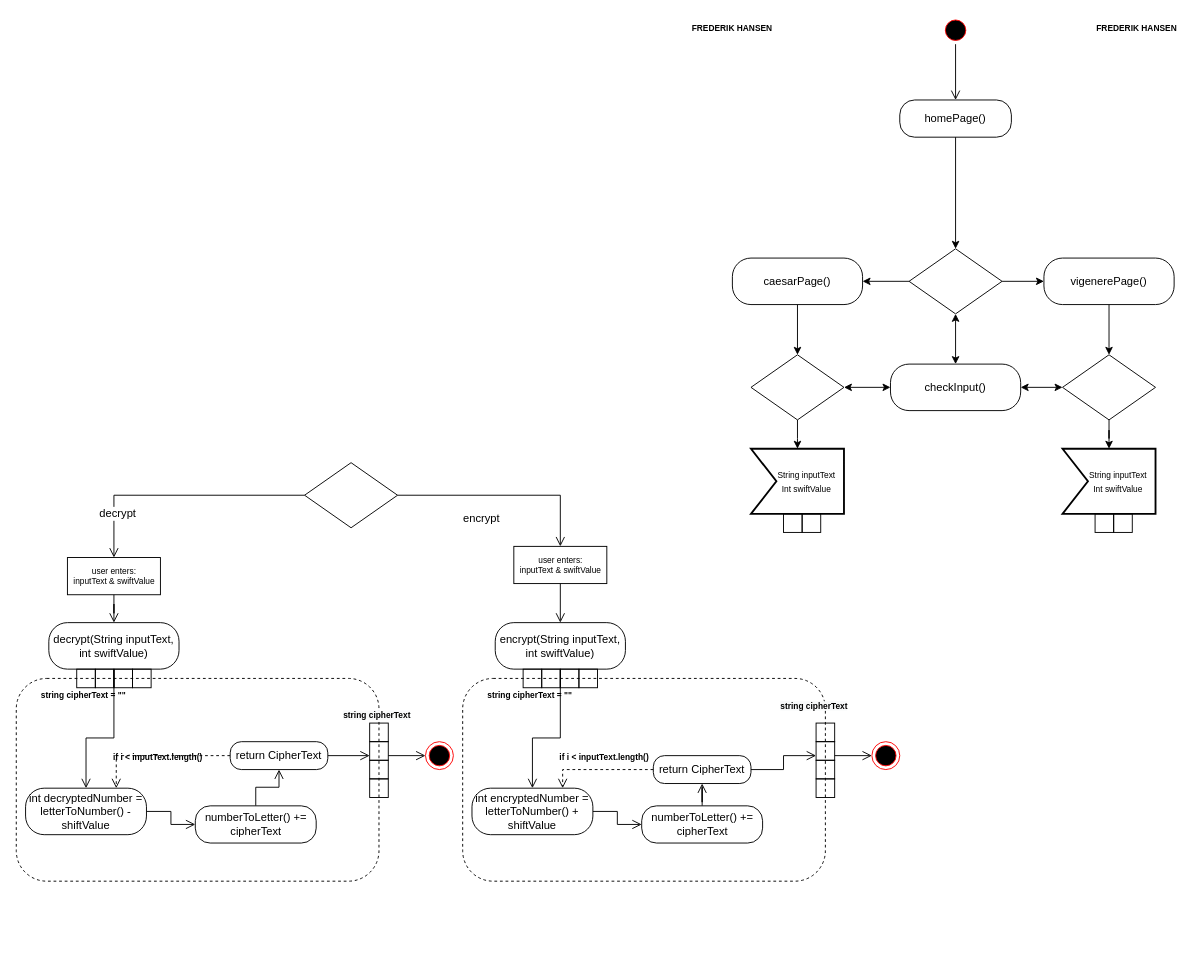
FHallengreen/EnigmaProject keeps this draw.io diagram as Untitled Diagram.drawio. Above is the earlier version. Source tidied: cells renumbered, new cells numbered last; positions are measured from the earlier drawing's top-left corner, leaving out a move shared by most shapes. Both pictures are drawn from the tidied source at 93%, with x=0, y=0 at pixel (16, 16).
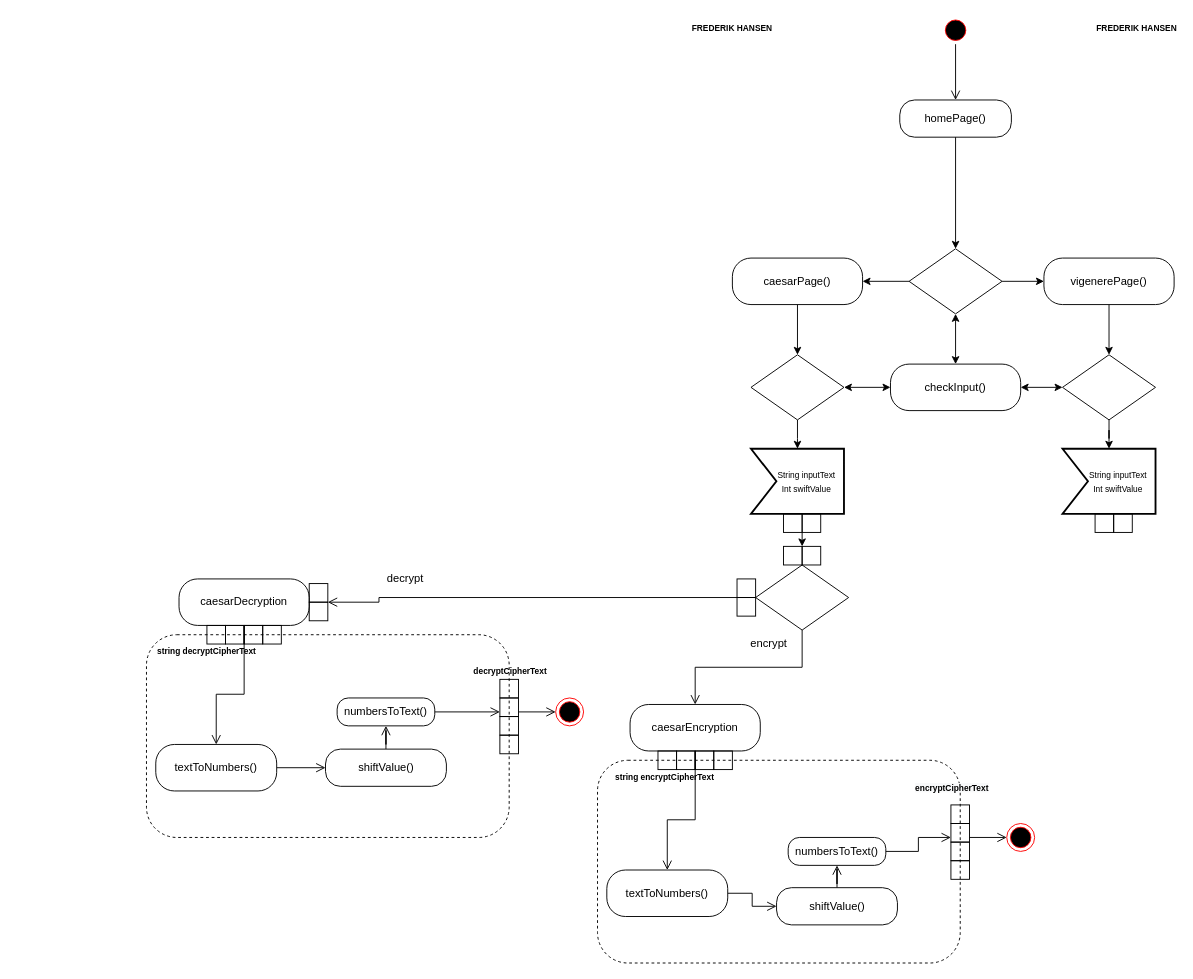
After the change.

Unchanged cells that the change refers to:
```xml
<mxCell id="66" value="checkInput()" style="rounded=1;whiteSpace=wrap;html=1;arcSize=40;fontColor=#000000;fillColor=default;strokeColor=#000000;" parent="1" vertex="1">
  <mxGeometry x="940" y="374" width="140" height="50" as="geometry" />
</mxCell>
<mxCell id="76" value="&lt;p style=&quot;line-height: 1.1&quot;&gt;&lt;br&gt;&lt;/p&gt;" style="rhombus;whiteSpace=wrap;html=1;fillColor=none;strokeColor=#000000;rounded=0;fontFamily=Helvetica;fontSize=12;fontColor=#000000;" parent="1" vertex="1">
  <mxGeometry x="1125" y="364" width="100" height="70" as="geometry" />
</mxCell>
<mxCell id="80" style="html=1;rounded=0;fontFamily=Helvetica;fontSize=9;fontColor=none;strokeColor=#000000;fillColor=none;glass=0;direction=south;rotation=90;flipV=0;flipH=1;" parent="1" vertex="1">
  <mxGeometry x="825" y="535" width="20" height="20" as="geometry" />
</mxCell>
```

What changed in the source:
```diff
@@
     <mxCell id="2" style="rounded=1;fontFamily=Helvetica;fontSize=9;fontColor=none;strokeColor=#000000;fillColor=none;dashed=1;noLabel=1;" parent="1" vertex="1">
-      <mxGeometry y="712" width="390" height="218" as="geometry" />
+      <mxGeometry x="140" y="665" width="390" height="218" as="geometry" />
     </mxCell>
@@
+    <mxCell id="86" style="edgeStyle=orthogonalEdgeStyle;rounded=0;jettySize=auto;html=1;exitX=0;exitY=0;exitDx=0;exitDy=0;entryX=0;entryY=1;entryDx=0;entryDy=0;" parent="1" edge="1" source="80" target="87">
+      <mxGeometry relative="1" as="geometry" />
+    </mxCell>
     <mxCell id="6" value="&lt;p style=&quot;line-height: 1.1&quot;&gt;&lt;br&gt;&lt;/p&gt;" style="rhombus;whiteSpace=wrap;html=1;fillColor=none;strokeColor=#000000;rounded=0;fontFamily=Helvetica;fontSize=12;fontColor=#000000;" parent="1" vertex="1">
-      <mxGeometry x="310" y="480" width="100" height="70" as="geometry" />
+      <mxGeometry x="795" y="590" width="100" height="70" as="geometry" />
     </mxCell>
-    <mxCell id="7" value="encrypt" style="edgeStyle=orthogonalEdgeStyle;html=1;align=center;verticalAlign=middle;endArrow=open;endSize=8;strokeColor=#000000;rounded=0;labelBackgroundColor=default;fontFamily=Helvetica;fontSize=12;fontColor=#000000;shape=connector;fillColor=default;arcSize=40;entryX=0.5;entryY=0;entryDx=0;entryDy=0;" parent="1" edge="1" source="6" target="12">
+    <mxCell id="7" value="encrypt" style="edgeStyle=orthogonalEdgeStyle;html=1;align=center;verticalAlign=middle;endArrow=open;endSize=8;strokeColor=#000000;rounded=0;labelBackgroundColor=default;fontFamily=Helvetica;fontSize=12;fontColor=#000000;shape=connector;fillColor=default;arcSize=40;entryX=0.5;entryY=0;entryDx=0;entryDy=0;exitX=0.5;exitY=1;exitDx=0;exitDy=0;" parent="1" edge="1" source="6" target="37">
       <mxGeometry x="-0.22" y="-25" relative="1" as="geometry" />
     </mxCell>
-    <mxCell id="8" value="decrypt" style="edgeStyle=orthogonalEdgeStyle;html=1;align=center;verticalAlign=middle;endArrow=open;endSize=8;strokeColor=#000000;rounded=0;labelBackgroundColor=default;fontFamily=Helvetica;fontSize=12;fontColor=#000000;shape=connector;exitX=0;exitY=0.5;exitDx=0;exitDy=0;fillColor=default;arcSize=40;entryX=0.5;entryY=0;entryDx=0;entryDy=0;" parent="1" edge="1" source="6" target="10">
-      <mxGeometry x="0.48" y="20" relative="1" as="geometry" />
+    <mxCell id="8" value="decrypt" style="edgeStyle=orthogonalEdgeStyle;html=1;align=center;verticalAlign=middle;endArrow=open;endSize=8;strokeColor=#000000;rounded=0;labelBackgroundColor=default;fontFamily=Helvetica;fontSize=12;fontColor=#000000;shape=connector;exitX=0;exitY=0.5;exitDx=0;exitDy=0;fillColor=default;arcSize=40;entryX=0;entryY=0;entryDx=0;entryDy=0;" parent="1" edge="1" source="6" target="90">
+      <mxGeometry x="0.62" y="-20" relative="1" as="geometry">
+        <Array as="points">
+          <mxPoint x="390" y="625" />
+          <mxPoint x="390" y="630" />
+        </Array>
+      </mxGeometry>
     </mxCell>
-    <mxCell id="9" style="edgeStyle=orthogonalEdgeStyle;shape=connector;rounded=0;jettySize=auto;html=1;labelBackgroundColor=default;fontFamily=Helvetica;fontSize=9;fontColor=#000000;endArrow=open;endSize=8;strokeColor=#000000;" parent="1" edge="1" source="10" target="14">
-      <mxGeometry relative="1" as="geometry" />
-    </mxCell>
-    <mxCell id="10" value="user enters:&lt;br&gt;inputText &amp;amp; swiftValue" style="html=1;rounded=0;fontFamily=Helvetica;fontSize=9;fontColor=#000000;strokeColor=#000000;fillColor=none;" parent="1" vertex="1">
-      <mxGeometry x="55" y="582" width="100" height="40" as="geometry" />
-    </mxCell>
-    <mxCell id="11" style="edgeStyle=orthogonalEdgeStyle;shape=connector;rounded=0;jettySize=auto;html=1;labelBackgroundColor=default;fontFamily=Helvetica;fontSize=9;fontColor=#000000;endArrow=open;endSize=8;strokeColor=#000000;entryX=0.5;entryY=0;entryDx=0;entryDy=0;" parent="1" edge="1" source="12" target="37">
-      <mxGeometry relative="1" as="geometry" />
-    </mxCell>
-    <mxCell id="12" value="user enters:&lt;br&gt;inputText &amp;amp; swiftValue" style="html=1;rounded=0;fontFamily=Helvetica;fontSize=9;fontColor=#000000;strokeColor=#000000;fillColor=none;" parent="1" vertex="1">
-      <mxGeometry x="535" y="570" width="100" height="40" as="geometry" />
-    </mxCell>
@@
-    <mxCell id="14" value="decrypt(String inputText, int swiftValue)" style="rounded=1;whiteSpace=wrap;html=1;arcSize=40;fontColor=#000000;fillColor=default;strokeColor=#000000;" parent="1" vertex="1">
-      <mxGeometry x="35" y="652" width="140" height="50" as="geometry" />
+    <mxCell id="14" value="caesarDecryption" style="rounded=1;whiteSpace=wrap;html=1;arcSize=40;fontColor=#000000;fillColor=default;strokeColor=#000000;" parent="1" vertex="1">
+      <mxGeometry x="175" y="605" width="140" height="50" as="geometry" />
     </mxCell>
@@
-    <mxCell id="16" value="int decryptedNumber = letterToNumber() - shiftValue" style="rounded=1;whiteSpace=wrap;html=1;arcSize=40;fontColor=#000000;fillColor=default;strokeColor=#000000;" parent="1" vertex="1">
-      <mxGeometry x="10" y="830" width="130" height="50" as="geometry" />
+    <mxCell id="16" value="textToNumbers()" style="rounded=1;whiteSpace=wrap;html=1;arcSize=40;fontColor=#000000;fillColor=default;strokeColor=#000000;" parent="1" vertex="1">
+      <mxGeometry x="150" y="783" width="130" height="50" as="geometry" />
     </mxCell>
     <mxCell id="17" style="html=1;rounded=0;fontFamily=Helvetica;fontSize=9;fontColor=none;strokeColor=#000000;fillColor=none;glass=0;" parent="1" vertex="1">
-      <mxGeometry x="65" y="702" width="20" height="20" as="geometry" />
+      <mxGeometry x="205" y="655" width="20" height="20" as="geometry" />
     </mxCell>
@@
     <mxCell id="19" style="html=1;rounded=0;fontFamily=Helvetica;fontSize=9;fontColor=none;strokeColor=#000000;fillColor=none;glass=0;" parent="1" vertex="1">
-      <mxGeometry x="85" y="702" width="20" height="20" as="geometry" />
+      <mxGeometry x="225" y="655" width="20" height="20" as="geometry" />
     </mxCell>
     <mxCell id="20" style="html=1;rounded=0;fontFamily=Helvetica;fontSize=9;fontColor=none;strokeColor=#000000;fillColor=none;glass=0;" parent="1" vertex="1">
-      <mxGeometry x="105" y="702" width="20" height="20" as="geometry" />
+      <mxGeometry x="245" y="655" width="20" height="20" as="geometry" />
     </mxCell>
     <mxCell id="21" style="html=1;rounded=0;fontFamily=Helvetica;fontSize=9;fontColor=none;strokeColor=#000000;fillColor=none;glass=0;" parent="1" vertex="1">
-      <mxGeometry x="125" y="702" width="20" height="20" as="geometry" />
+      <mxGeometry x="265" y="655" width="20" height="20" as="geometry" />
     </mxCell>
-    <mxCell id="22" value="string cipherText = &quot;&quot;" style="text;align=center;fontStyle=1;verticalAlign=middle;spacingLeft=3;spacingRight=3;strokeColor=none;rounded=0;glass=0;fontFamily=Helvetica;fontSize=9;fontColor=none;fillColor=none;html=0;" parent="1" vertex="1">
-      <mxGeometry x="32.5" y="712" width="80" height="36" as="geometry" />
+    <mxCell id="22" value="string decryptCipherText" style="text;align=center;fontStyle=1;verticalAlign=middle;spacingLeft=3;spacingRight=3;strokeColor=none;rounded=0;glass=0;fontFamily=Helvetica;fontSize=9;fontColor=none;fillColor=none;html=0;" parent="1" vertex="1">
+      <mxGeometry x="165" y="665" width="80" height="36" as="geometry" />
     </mxCell>
@@
-    <mxCell id="24" value="numberToLetter() += cipherText" style="rounded=1;whiteSpace=wrap;html=1;arcSize=40;fontColor=#000000;fillColor=default;strokeColor=#000000;" parent="1" vertex="1">
-      <mxGeometry x="192.5" y="849" width="130" height="40" as="geometry" />
+    <mxCell id="24" value="shiftValue()" style="rounded=1;whiteSpace=wrap;html=1;arcSize=40;fontColor=#000000;fillColor=default;strokeColor=#000000;" parent="1" vertex="1">
+      <mxGeometry x="332.5" y="788" width="130" height="40" as="geometry" />
     </mxCell>
     <mxCell id="25" style="html=1;rounded=0;fontFamily=Helvetica;fontSize=9;fontColor=none;strokeColor=#000000;fillColor=none;glass=0;direction=south;rotation=90;flipV=0;flipH=1;" parent="1" vertex="1">
-      <mxGeometry x="380" y="780" width="20" height="20" as="geometry" />
+      <mxGeometry x="520" y="733" width="20" height="20" as="geometry" />
     </mxCell>
     <mxCell id="26" style="html=1;rounded=0;fontFamily=Helvetica;fontSize=9;fontColor=none;strokeColor=#000000;fillColor=none;glass=0;direction=south;rotation=90;flipV=0;flipH=1;" parent="1" vertex="1">
-      <mxGeometry x="380" y="820" width="20" height="20" as="geometry" />
+      <mxGeometry x="520" y="773" width="20" height="20" as="geometry" />
     </mxCell>
     <mxCell id="27" style="html=1;rounded=0;fontFamily=Helvetica;fontSize=9;fontColor=none;strokeColor=#000000;fillColor=none;glass=0;direction=south;rotation=90;flipV=0;flipH=1;" parent="1" vertex="1">
-      <mxGeometry x="380" y="800" width="20" height="20" as="geometry" />
+      <mxGeometry x="520" y="753" width="20" height="20" as="geometry" />
     </mxCell>
     <mxCell id="28" style="html=1;rounded=0;fontFamily=Helvetica;fontSize=9;fontColor=none;strokeColor=#000000;fillColor=none;glass=0;direction=south;rotation=90;flipV=0;flipH=1;" parent="1" vertex="1">
-      <mxGeometry x="380" y="760" width="20" height="20" as="geometry" />
+      <mxGeometry x="520" y="713" width="20" height="20" as="geometry" />
     </mxCell>
@@
-    <mxCell id="30" style="edgeStyle=orthogonalEdgeStyle;shape=connector;rounded=0;jettySize=auto;html=1;labelBackgroundColor=default;fontFamily=Helvetica;fontSize=9;fontColor=none;endArrow=open;endSize=8;strokeColor=#000000;dashed=1;entryX=0.75;entryY=0;entryDx=0;entryDy=0;" parent="1" edge="1" source="31" target="16">
-      <mxGeometry relative="1" as="geometry" />
-    </mxCell>
-    <mxCell id="31" value="return CipherText" style="rounded=1;whiteSpace=wrap;html=1;arcSize=40;fontColor=#000000;fillColor=default;strokeColor=#000000;" parent="1" vertex="1">
-      <mxGeometry x="230" y="780" width="105" height="30" as="geometry" />
+    <mxCell id="31" value="numbersToText()" style="rounded=1;whiteSpace=wrap;html=1;arcSize=40;fontColor=#000000;fillColor=default;strokeColor=#000000;" parent="1" vertex="1">
+      <mxGeometry x="345" y="733" width="105" height="30" as="geometry" />
     </mxCell>
     <mxCell id="32" style="ellipse;html=1;shape=endState;fillColor=#000000;strokeColor=#ff0000;rounded=0;glass=0;fontFamily=Helvetica;fontSize=9;fontColor=none;" parent="1" vertex="1">
-      <mxGeometry x="440" y="780" width="30" height="30" as="geometry" />
+      <mxGeometry x="580" y="733" width="30" height="30" as="geometry" />
     </mxCell>
@@
-    <mxCell id="34" value="if i &lt; inputText.length()" style="text;align=center;fontStyle=1;verticalAlign=middle;spacingLeft=3;spacingRight=3;strokeColor=none;rounded=0;glass=0;fontFamily=Helvetica;fontSize=9;fontColor=none;fillColor=none;html=0;" parent="1" vertex="1">
-      <mxGeometry x="112.5" y="784" width="80" height="26" as="geometry" />
-    </mxCell>
     <mxCell id="35" style="rounded=1;fontFamily=Helvetica;fontSize=9;fontColor=none;strokeColor=#000000;fillColor=none;dashed=1;noLabel=1;" parent="1" vertex="1">
-      <mxGeometry x="480" y="712" width="390" height="218" as="geometry" />
+      <mxGeometry x="625" y="800" width="390" height="218" as="geometry" />
     </mxCell>
@@
-    <mxCell id="37" value="encrypt(String inputText, int swiftValue)" style="rounded=1;whiteSpace=wrap;html=1;arcSize=40;fontColor=#000000;fillColor=default;strokeColor=#000000;" parent="1" vertex="1">
-      <mxGeometry x="515" y="652" width="140" height="50" as="geometry" />
+    <mxCell id="37" value="caesarEncryption" style="rounded=1;whiteSpace=wrap;html=1;arcSize=40;fontColor=#000000;fillColor=default;strokeColor=#000000;" parent="1" vertex="1">
+      <mxGeometry x="660" y="740" width="140" height="50" as="geometry" />
     </mxCell>
@@
-    <mxCell id="39" value="int encryptedNumber = letterToNumber() + shiftValue" style="rounded=1;whiteSpace=wrap;html=1;arcSize=40;fontColor=#000000;fillColor=default;strokeColor=#000000;" parent="1" vertex="1">
-      <mxGeometry x="490" y="830" width="130" height="50" as="geometry" />
+    <mxCell id="39" value="textToNumbers()" style="rounded=1;whiteSpace=wrap;html=1;arcSize=40;fontColor=#000000;fillColor=default;strokeColor=#000000;" parent="1" vertex="1">
+      <mxGeometry x="635" y="918" width="130" height="50" as="geometry" />
     </mxCell>
     <mxCell id="40" style="html=1;rounded=0;fontFamily=Helvetica;fontSize=9;fontColor=none;strokeColor=#000000;fillColor=none;glass=0;" parent="1" vertex="1">
-      <mxGeometry x="545" y="702" width="20" height="20" as="geometry" />
+      <mxGeometry x="690" y="790" width="20" height="20" as="geometry" />
     </mxCell>
@@
     <mxCell id="42" style="html=1;rounded=0;fontFamily=Helvetica;fontSize=9;fontColor=none;strokeColor=#000000;fillColor=none;glass=0;" parent="1" vertex="1">
-      <mxGeometry x="565" y="702" width="20" height="20" as="geometry" />
+      <mxGeometry x="710" y="790" width="20" height="20" as="geometry" />
     </mxCell>
     <mxCell id="43" style="html=1;rounded=0;fontFamily=Helvetica;fontSize=9;fontColor=none;strokeColor=#000000;fillColor=none;glass=0;" parent="1" vertex="1">
-      <mxGeometry x="585" y="702" width="20" height="20" as="geometry" />
+      <mxGeometry x="730" y="790" width="20" height="20" as="geometry" />
     </mxCell>
     <mxCell id="44" style="html=1;rounded=0;fontFamily=Helvetica;fontSize=9;fontColor=none;strokeColor=#000000;fillColor=none;glass=0;" parent="1" vertex="1">
-      <mxGeometry x="605" y="702" width="20" height="20" as="geometry" />
+      <mxGeometry x="750" y="790" width="20" height="20" as="geometry" />
     </mxCell>
@@
-    <mxCell id="46" value="numberToLetter() += cipherText" style="rounded=1;whiteSpace=wrap;html=1;arcSize=40;fontColor=#000000;fillColor=default;strokeColor=#000000;" parent="1" vertex="1">
-      <mxGeometry x="672.5" y="849" width="130" height="40" as="geometry" />
+    <mxCell id="46" value="shiftValue()" style="rounded=1;whiteSpace=wrap;html=1;arcSize=40;fontColor=#000000;fillColor=default;strokeColor=#000000;" parent="1" vertex="1">
+      <mxGeometry x="817.5" y="937" width="130" height="40" as="geometry" />
     </mxCell>
     <mxCell id="47" style="html=1;rounded=0;fontFamily=Helvetica;fontSize=9;fontColor=none;strokeColor=#000000;fillColor=none;glass=0;direction=south;rotation=90;flipV=0;flipH=1;" parent="1" vertex="1">
-      <mxGeometry x="860" y="780" width="20" height="20" as="geometry" />
+      <mxGeometry x="1005" y="868" width="20" height="20" as="geometry" />
     </mxCell>
     <mxCell id="48" style="html=1;rounded=0;fontFamily=Helvetica;fontSize=9;fontColor=none;strokeColor=#000000;fillColor=none;glass=0;direction=south;rotation=90;flipV=0;flipH=1;" parent="1" vertex="1">
-      <mxGeometry x="860" y="820" width="20" height="20" as="geometry" />
+      <mxGeometry x="1005" y="908" width="20" height="20" as="geometry" />
     </mxCell>
     <mxCell id="49" style="html=1;rounded=0;fontFamily=Helvetica;fontSize=9;fontColor=none;strokeColor=#000000;fillColor=none;glass=0;direction=south;rotation=90;flipV=0;flipH=1;" parent="1" vertex="1">
-      <mxGeometry x="860" y="800" width="20" height="20" as="geometry" />
+      <mxGeometry x="1005" y="888" width="20" height="20" as="geometry" />
     </mxCell>
     <mxCell id="50" style="html=1;rounded=0;fontFamily=Helvetica;fontSize=9;fontColor=none;strokeColor=#000000;fillColor=none;glass=0;direction=south;rotation=90;flipV=0;flipH=1;" parent="1" vertex="1">
-      <mxGeometry x="860" y="760" width="20" height="20" as="geometry" />
+      <mxGeometry x="1005" y="848" width="20" height="20" as="geometry" />
     </mxCell>
@@
-    <mxCell id="52" style="edgeStyle=orthogonalEdgeStyle;shape=connector;rounded=0;jettySize=auto;html=1;labelBackgroundColor=default;fontFamily=Helvetica;fontSize=9;fontColor=none;endArrow=open;endSize=8;strokeColor=#000000;dashed=1;entryX=0.75;entryY=0;entryDx=0;entryDy=0;" parent="1" edge="1" source="53" target="39">
-      <mxGeometry relative="1" as="geometry" />
-    </mxCell>
-    <mxCell id="53" value="return CipherText" style="rounded=1;whiteSpace=wrap;html=1;arcSize=40;fontColor=#000000;fillColor=default;strokeColor=#000000;" parent="1" vertex="1">
-      <mxGeometry x="685" y="795" width="105" height="30" as="geometry" />
+    <mxCell id="53" value="numbersToText()" style="rounded=1;whiteSpace=wrap;html=1;arcSize=40;fontColor=#000000;fillColor=default;strokeColor=#000000;" parent="1" vertex="1">
+      <mxGeometry x="830" y="883" width="105" height="30" as="geometry" />
     </mxCell>
     <mxCell id="54" style="ellipse;html=1;shape=endState;fillColor=#000000;strokeColor=#ff0000;rounded=0;glass=0;fontFamily=Helvetica;fontSize=9;fontColor=none;" parent="1" vertex="1">
-      <mxGeometry x="920" y="780" width="30" height="30" as="geometry" />
+      <mxGeometry x="1065" y="868" width="30" height="30" as="geometry" />
     </mxCell>
@@
-    <mxCell id="56" value="if i &lt; inputText.length()" style="text;align=center;fontStyle=1;verticalAlign=middle;spacingLeft=3;spacingRight=3;strokeColor=none;rounded=0;glass=0;fontFamily=Helvetica;fontSize=9;fontColor=none;fillColor=none;html=0;" parent="1" vertex="1">
-      <mxGeometry x="592.5" y="784" width="80" height="26" as="geometry" />
-    </mxCell>
-    <mxCell id="57" value="&lt;span style=&quot;color: rgb(0, 0, 0); font-family: helvetica; font-size: 9px; font-style: normal; font-weight: 700; letter-spacing: normal; text-align: center; text-indent: 0px; text-transform: none; word-spacing: 0px; background-color: rgb(248, 249, 250); display: inline; float: none;&quot;&gt;string cipherText&lt;/span&gt;" style="text;whiteSpace=wrap;html=1;fontSize=9;fontFamily=Helvetica;fontColor=none;" parent="1" vertex="1">
-      <mxGeometry x="350" y="740" width="100" height="30" as="geometry" />
+    <mxCell id="57" value="&lt;span style=&quot;font-weight: 700 ; text-align: center&quot;&gt;decryptCipherText&lt;/span&gt;" style="text;whiteSpace=wrap;html=1;fontSize=9;fontFamily=Helvetica;fontColor=none;" parent="1" vertex="1">
+      <mxGeometry x="490" y="693" width="100" height="30" as="geometry" />
     </mxCell>
-    <mxCell id="58" value="string cipherText = &quot;&quot;" style="text;align=center;fontStyle=1;verticalAlign=middle;spacingLeft=3;spacingRight=3;strokeColor=none;rounded=0;glass=0;fontFamily=Helvetica;fontSize=9;fontColor=none;fillColor=none;html=0;" parent="1" vertex="1">
-      <mxGeometry x="512.5" y="712" width="80" height="36" as="geometry" />
+    <mxCell id="58" value="string encryptCipherText" style="text;align=center;fontStyle=1;verticalAlign=middle;spacingLeft=3;spacingRight=3;strokeColor=none;rounded=0;glass=0;fontFamily=Helvetica;fontSize=9;fontColor=none;fillColor=none;html=0;" parent="1" vertex="1">
+      <mxGeometry x="657.5" y="800" width="80" height="36" as="geometry" />
     </mxCell>
-    <mxCell id="59" value="&lt;span style=&quot;color: rgb(0, 0, 0); font-family: helvetica; font-size: 9px; font-style: normal; font-weight: 700; letter-spacing: normal; text-align: center; text-indent: 0px; text-transform: none; word-spacing: 0px; background-color: rgb(248, 249, 250); display: inline; float: none;&quot;&gt;string cipherText&lt;/span&gt;" style="text;whiteSpace=wrap;html=1;fontSize=9;fontFamily=Helvetica;fontColor=none;" parent="1" vertex="1">
-      <mxGeometry x="820" y="730" width="100" height="30" as="geometry" />
+    <mxCell id="59" value="&lt;span style=&quot;color: rgb(0 , 0 , 0) ; font-family: &amp;#34;helvetica&amp;#34; ; font-size: 9px ; font-style: normal ; font-weight: 700 ; letter-spacing: normal ; text-align: center ; text-indent: 0px ; text-transform: none ; word-spacing: 0px ; background-color: rgb(248 , 249 , 250) ; display: inline ; float: none&quot;&gt;encryptCipherText&lt;/span&gt;" style="text;whiteSpace=wrap;html=1;fontSize=9;fontFamily=Helvetica;fontColor=none;" parent="1" vertex="1">
+      <mxGeometry x="965" y="818" width="100" height="30" as="geometry" />
     </mxCell>
@@
-    <mxCell id="77" style="endArrow=classic;startArrow=classic;html=1;rounded=0;entryX=0;entryY=0.5;entryDx=0;entryDy=0;" parent="1" edge="1" target="76">
-      <mxGeometry relative="1" as="geometry">
-        <mxPoint x="1080" y="399" as="sourcePoint" />
-      </mxGeometry>
+    <mxCell id="77" style="endArrow=classic;startArrow=classic;html=1;rounded=0;entryX=0;entryY=0.5;entryDx=0;entryDy=0;exitX=1;exitY=0.5;exitDx=0;exitDy=0;" parent="1" edge="1" source="66" target="76">
+      <mxGeometry relative="1" as="geometry" />
     </mxCell>
@@
+    <mxCell id="87" style="html=1;rounded=0;fontFamily=Helvetica;fontSize=9;fontColor=none;strokeColor=#000000;fillColor=none;glass=0;direction=south;rotation=90;flipV=0;flipH=1;" parent="1" vertex="1">
+      <mxGeometry x="825" y="570" width="20" height="20" as="geometry" />
+    </mxCell>
+    <mxCell id="88" style="html=1;rounded=0;fontFamily=Helvetica;fontSize=9;fontColor=none;strokeColor=#000000;fillColor=none;glass=0;direction=south;rotation=90;flipV=0;flipH=1;" parent="1" vertex="1">
+      <mxGeometry x="845" y="570" width="20" height="20" as="geometry" />
+    </mxCell>
+    <mxCell id="89" style="html=1;rounded=0;fontFamily=Helvetica;fontSize=9;fontColor=none;strokeColor=#000000;fillColor=none;glass=0;direction=south;rotation=90;flipV=0;flipH=1;" parent="1" vertex="1">
+      <mxGeometry x="315" y="630" width="20" height="20" as="geometry" />
+    </mxCell>
+    <mxCell id="90" style="html=1;rounded=0;fontFamily=Helvetica;fontSize=9;fontColor=none;strokeColor=#000000;fillColor=none;glass=0;direction=south;rotation=90;flipV=0;flipH=1;" parent="1" vertex="1">
+      <mxGeometry x="315" y="610" width="20" height="20" as="geometry" />
+    </mxCell>
+    <mxCell id="91" style="html=1;rounded=0;fontFamily=Helvetica;fontSize=9;fontColor=none;strokeColor=#000000;fillColor=none;glass=0;direction=south;rotation=90;flipV=0;flipH=1;" parent="1" vertex="1">
+      <mxGeometry x="775" y="625" width="20" height="20" as="geometry" />
+    </mxCell>
+    <mxCell id="92" style="html=1;rounded=0;fontFamily=Helvetica;fontSize=9;fontColor=none;strokeColor=#000000;fillColor=none;glass=0;direction=south;rotation=90;flipV=0;flipH=1;" parent="1" vertex="1">
+      <mxGeometry x="775" y="605" width="20" height="20" as="geometry" />
+    </mxCell>
```
